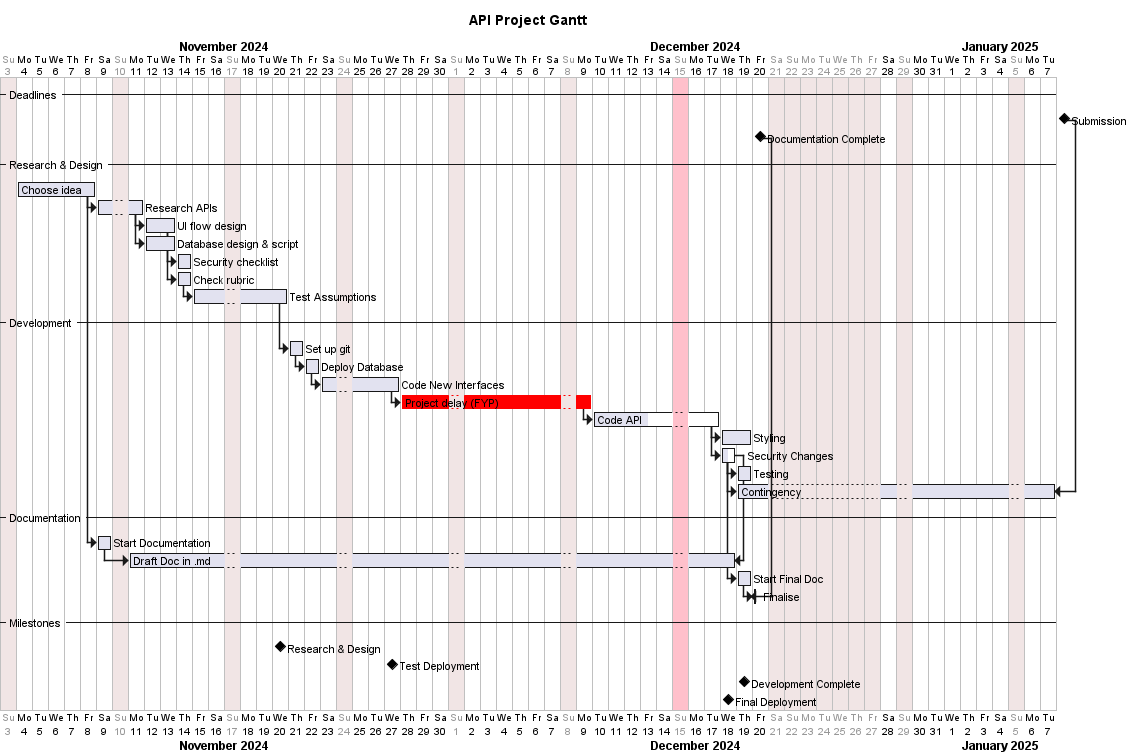
Earlier version of the PlantUML export documentation/plan.png (jbrun001/APIProject).
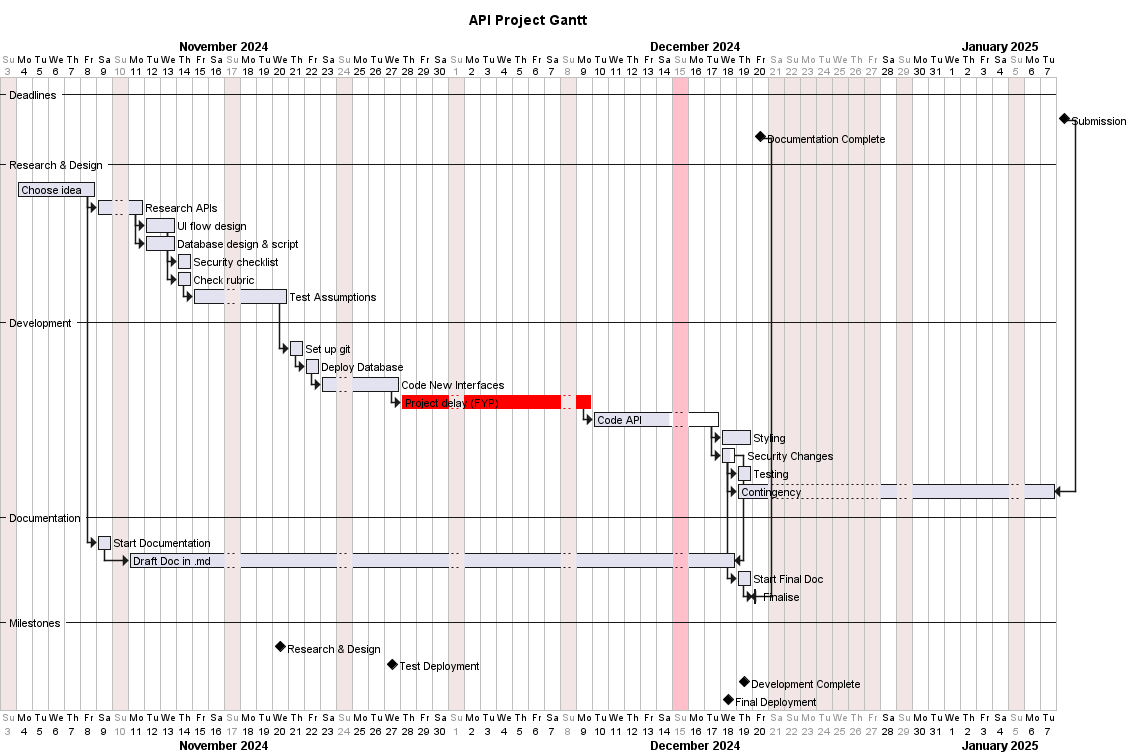
After the commit.

What changed in the source:
```diff
@@ -25,9 +25,9 @@
 [Deploy Database]           starts at [Set up git]'s end            and lasts 1 day     and is 100% completed
 [Code New Interfaces]       starts at [Deploy Database]'s end       and lasts 4 days    and is 100% completed
 [Project delay (FYP)]       starts at [Code New Interfaces]'s end   and lasts 10 days   and is 100% completed
-[Code API]                  starts at [Project delay (FYP)]'s end   and lasts 7 days    and is 50% completed
+[Code API]                  starts at [Project delay (FYP)]'s end   and lasts 7 days    and is 70% completed
 [Styling]                   starts at [Code API]'s end              and lasts 2 days    and is 100% completed
-[Security Changes]          starts at [Code API]'s end              and lasts 1 days    and is 50% completed
+[Security Changes]          starts at [Code API]'s end              and lasts 1 days    and is 70% completed
 [Testing]                   starts at [Security Changes]'s end      and lasts 1 days
 [Contingency]               starts at [Security Changes]'s end              and ends at [Submission]'s end
 [Project delay (FYP)]       is colored in red
```
